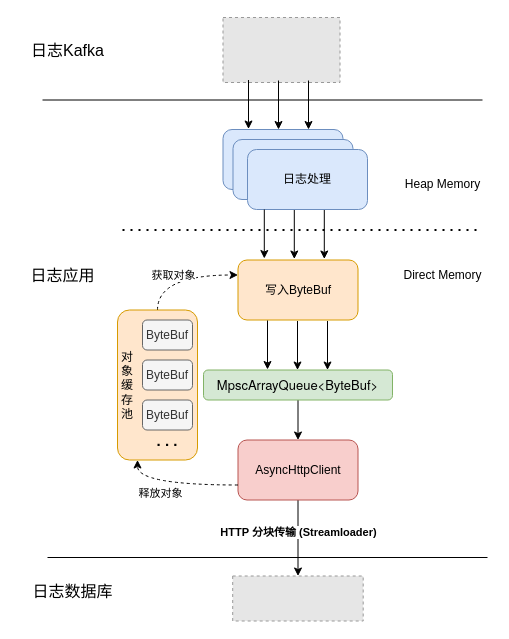
The draw.io diagram page "数据写入方案三" (3 of 3) of Doris接入分享.drawio in maxuewen/draw.io, before the edit. Source tidied: cells renumbered, new cells numbered last; positions are measured from the earlier drawing's top-left corner, leaving out a move shared by most shapes. Both pictures are drawn from the tidied source at 100%, with x=0, y=0 at pixel (17, 17). Pictures stored in the file or linked from it are replaced by grey dashed boxes.
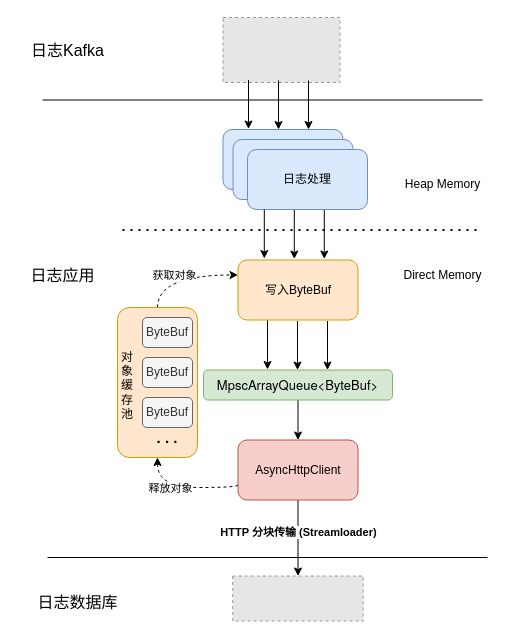
After the change.

The change refers to these unchanged cells:
```xml
<mxCell id="7" value="AsyncHttpClient" style="rounded=1;whiteSpace=wrap;html=1;fillColor=#f8cecc;strokeColor=#b85450;" parent="1" vertex="1">
  <mxGeometry x="220.5" y="422.5" width="120" height="60" as="geometry" />
</mxCell>
```

What changed in the source:
```diff
@@
     <mxCell id="16" value="&lt;span style=&quot;font-size: 16px;&quot;&gt;日志数据库&lt;/span&gt;" style="text;html=1;align=center;verticalAlign=middle;strokeColor=none;fillColor=none;" parent="1" vertex="1">
-      <mxGeometry x="5" y="558.5" width="100" height="30" as="geometry" />
+      <mxGeometry x="10" y="570" width="100" height="30" as="geometry" />
     </mxCell>
@@
-    <mxCell id="29" style="edgeStyle=orthogonalEdgeStyle;rounded=0;jettySize=auto;html=1;exitX=0;exitY=0.75;exitDx=0;exitDy=0;entryX=0.25;entryY=1;entryDx=0;entryDy=0;curved=1;dashed=1;" parent="1" edge="1" source="7" target="31">
-      <mxGeometry relative="1" as="geometry" />
+    <mxCell id="29" style="edgeStyle=orthogonalEdgeStyle;rounded=0;jettySize=auto;html=1;exitX=0;exitY=0.75;exitDx=0;exitDy=0;entryX=0.5;entryY=1;entryDx=0;entryDy=0;curved=1;dashed=1;" parent="1" edge="1" source="7" target="31">
+      <mxGeometry relative="1" as="geometry">
+        <Array as="points">
+          <mxPoint x="221" y="470" />
+          <mxPoint x="140" y="470" />
+        </Array>
+      </mxGeometry>
     </mxCell>
     <mxCell id="30" value="释放对象" style="edgeLabel;html=1;align=center;verticalAlign=middle;" parent="29" vertex="1">
       <mxGeometry x="0.06" y="4" relative="1" as="geometry">
-        <mxPoint x="-11" y="4" as="offset" />
+        <mxPoint x="-11" y="-4" as="offset" />
       </mxGeometry>
     </mxCell>
     <mxCell id="31" style="rounded=1;whiteSpace=wrap;html=1;fillColor=#ffe6cc;strokeColor=#d79b00;" parent="1" vertex="1">
-      <mxGeometry x="100" y="292.5" width="80" height="150" as="geometry" />
+      <mxGeometry x="100" y="290" width="80" height="150" as="geometry" />
     </mxCell>
     <mxCell id="32" value="ByteBuf" style="rounded=1;whiteSpace=wrap;html=1;fillColor=#f5f5f5;fontColor=#333333;strokeColor=#666666;" parent="1" vertex="1">
-      <mxGeometry x="125" y="302.5" width="50" height="30" as="geometry" />
+      <mxGeometry x="125" y="300" width="50" height="30" as="geometry" />
     </mxCell>
     <mxCell id="33" value="ByteBuf" style="rounded=1;whiteSpace=wrap;html=1;fillColor=#f5f5f5;fontColor=#333333;strokeColor=#666666;" parent="1" vertex="1">
-      <mxGeometry x="125" y="342.5" width="50" height="30" as="geometry" />
+      <mxGeometry x="125" y="340" width="50" height="30" as="geometry" />
     </mxCell>
     <mxCell id="34" value="ByteBuf" style="rounded=1;whiteSpace=wrap;html=1;fillColor=#f5f5f5;fontColor=#333333;strokeColor=#666666;" parent="1" vertex="1">
-      <mxGeometry x="125" y="382.5" width="50" height="30" as="geometry" />
+      <mxGeometry x="125" y="380" width="50" height="30" as="geometry" />
     </mxCell>
     <mxCell id="35" value="&lt;b&gt;&lt;font style=&quot;font-size: 15px;&quot;&gt;. . .&lt;/font&gt;&lt;/b&gt;" style="text;html=1;align=center;verticalAlign=middle;whiteSpace=wrap;rounded=0;" parent="1" vertex="1">
-      <mxGeometry x="125" y="412.5" width="50" height="20" as="geometry" />
+      <mxGeometry x="125" y="410" width="50" height="20" as="geometry" />
     </mxCell>
```
